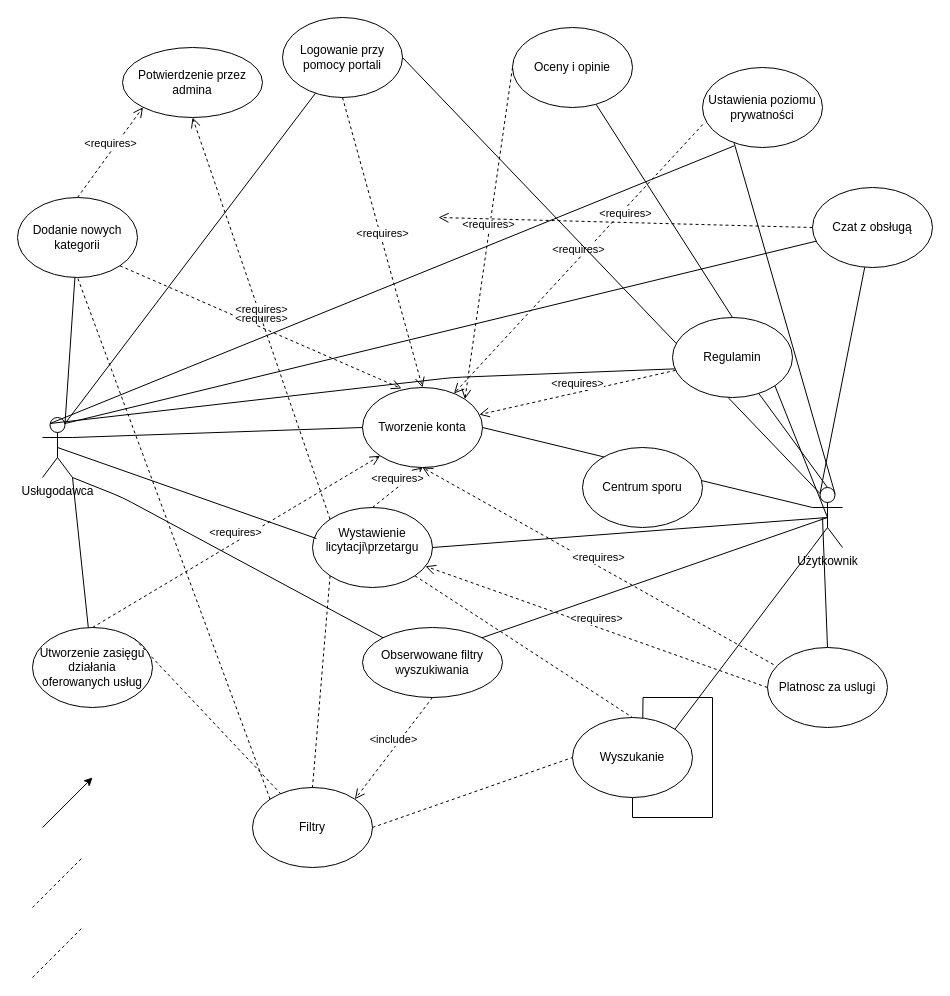
The draw.io diagram Untitled Diagram.drawio in kamildziedzic/Remontowo.pl, before the edit. Source tidied: cells renumbered, new cells numbered last; positions are measured from the earlier drawing's top-left corner, leaving out a move shared by most shapes. Both pictures are drawn from the tidied source at 100%, with x=0, y=0 at pixel (17, 17).
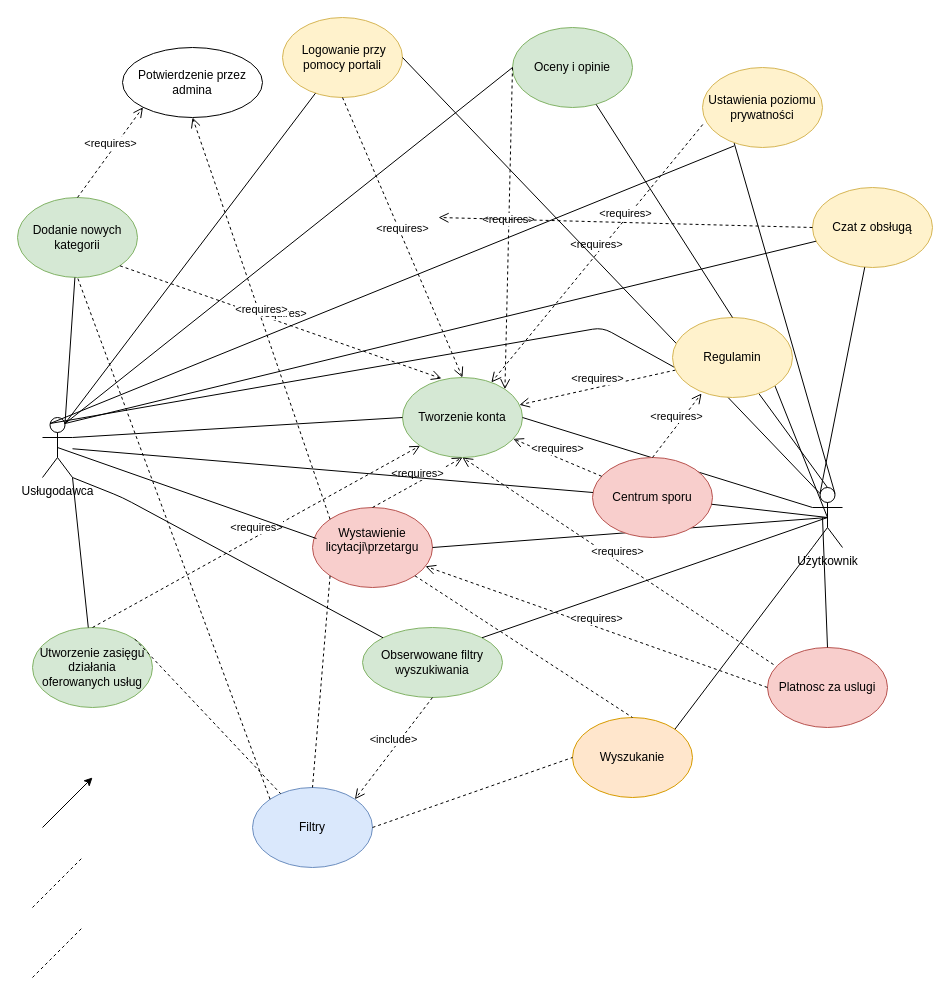
Above is the later version.

The change refers to these unchanged cells:
```xml
<mxCell id="2" value="Usługodawca" style="shape=umlActor;verticalLabelPosition=bottom;labelBackgroundColor=#ffffff;verticalAlign=top;html=1;outlineConnect=0;" parent="1" vertex="1">
  <mxGeometry x="25" y="400" width="30" height="60" as="geometry" />
</mxCell>
<mxCell id="6" value="Użytkownik" style="shape=umlActor;verticalLabelPosition=bottom;labelBackgroundColor=#ffffff;verticalAlign=top;html=1;outlineConnect=0;" parent="1" vertex="1">
  <mxGeometry x="795" y="470" width="30" height="60" as="geometry" />
</mxCell>
```

What changed in the source:
```diff
@@
-    <mxCell id="3" value="Tworzenie konta" style="ellipse;whiteSpace=wrap;html=1;" parent="1" vertex="1">
-      <mxGeometry x="345" y="370" width="120" height="80" as="geometry" />
+    <mxCell id="3" value="Tworzenie konta" style="ellipse;whiteSpace=wrap;html=1;fillColor=#d5e8d4;strokeColor=#82b366;" parent="1" vertex="1">
+      <mxGeometry x="385" y="360" width="120" height="80" as="geometry" />
     </mxCell>
-    <mxCell id="4" value="Dodanie nowych kategorii" style="ellipse;whiteSpace=wrap;html=1;" parent="1" vertex="1">
+    <mxCell id="4" value="Dodanie nowych kategorii" style="ellipse;whiteSpace=wrap;html=1;fillColor=#d5e8d4;strokeColor=#82b366;" parent="1" vertex="1">
       <mxGeometry y="180" width="120" height="80" as="geometry" />
     </mxCell>
-    <mxCell id="5" value="Utworzenie zasięgu działania oferowanych usług" style="ellipse;whiteSpace=wrap;html=1;" parent="1" vertex="1">
+    <mxCell id="5" value="Utworzenie zasięgu działania oferowanych usług" style="ellipse;whiteSpace=wrap;html=1;fillColor=#d5e8d4;strokeColor=#82b366;" parent="1" vertex="1">
       <mxGeometry x="15" y="610" width="120" height="80" as="geometry" />
     </mxCell>
@@
-    <mxCell id="7" value="Oceny i opinie" style="ellipse;whiteSpace=wrap;html=1;" parent="1" vertex="1">
+    <mxCell id="7" value="Oceny i opinie" style="ellipse;whiteSpace=wrap;html=1;fillColor=#d5e8d4;strokeColor=#82b366;" parent="1" vertex="1">
       <mxGeometry x="495" y="10" width="120" height="80" as="geometry" />
     </mxCell>
-    <mxCell id="8" style="edgeStyle=orthogonalEdgeStyle;rounded=0;jettySize=auto;html=1;exitX=0.5;exitY=1;exitDx=0;exitDy=0;" parent="1" edge="1" source="9">
-      <mxGeometry relative="1" as="geometry">
-        <mxPoint x="625" y="730" as="targetPoint" />
-      </mxGeometry>
-    </mxCell>
-    <mxCell id="9" value="Wyszukanie" style="ellipse;whiteSpace=wrap;html=1;" parent="1" vertex="1">
+    <mxCell id="9" value="Wyszukanie" style="ellipse;whiteSpace=wrap;html=1;fillColor=#ffe6cc;strokeColor=#d79b00;" parent="1" vertex="1">
       <mxGeometry x="555" y="700" width="120" height="80" as="geometry" />
     </mxCell>
@@
-    <mxCell id="17" value="&lt;div&gt;Wystawienie &lt;br&gt;&lt;/div&gt;&lt;div&gt;licytacji\przetargu&lt;/div&gt;&lt;div&gt;&lt;br&gt;&lt;/div&gt;" style="ellipse;whiteSpace=wrap;html=1;" parent="1" vertex="1">
+    <mxCell id="17" value="&lt;div&gt;Wystawienie &lt;br&gt;&lt;/div&gt;&lt;div&gt;licytacji\przetargu&lt;/div&gt;&lt;div&gt;&lt;br&gt;&lt;/div&gt;" style="ellipse;whiteSpace=wrap;html=1;fillColor=#f8cecc;strokeColor=#b85450;" parent="1" vertex="1">
       <mxGeometry x="295" y="490" width="120" height="80" as="geometry" />
     </mxCell>
@@
-    <mxCell id="22" value="Filtry" style="ellipse;whiteSpace=wrap;html=1;" parent="1" vertex="1">
+    <mxCell id="22" value="Filtry" style="ellipse;whiteSpace=wrap;html=1;fillColor=#dae8fc;strokeColor=#6c8ebf;" parent="1" vertex="1">
       <mxGeometry x="235" y="770" width="120" height="80" as="geometry" />
     </mxCell>
@@
-    <mxCell id="32" value="Obserwowane filtry wyszukiwania" style="ellipse;whiteSpace=wrap;html=1;" parent="1" vertex="1">
+    <mxCell id="32" value="Obserwowane filtry wyszukiwania" style="ellipse;whiteSpace=wrap;html=1;fillColor=#d5e8d4;strokeColor=#82b366;" parent="1" vertex="1">
       <mxGeometry x="345" y="610" width="140" height="70" as="geometry" />
     </mxCell>
@@
-    <mxCell id="40" value="Ustawienia poziomu prywatności" style="ellipse;whiteSpace=wrap;html=1;" parent="1" vertex="1">
+    <mxCell id="40" value="Ustawienia poziomu prywatności" style="ellipse;whiteSpace=wrap;html=1;fillColor=#fff2cc;strokeColor=#d6b656;" parent="1" vertex="1">
       <mxGeometry x="685" y="50" width="120" height="80" as="geometry" />
     </mxCell>
@@
-    <mxCell id="42" value="Czat z obsługą" style="ellipse;whiteSpace=wrap;html=1;" parent="1" vertex="1">
+    <mxCell id="42" value="Czat z obsługą" style="ellipse;whiteSpace=wrap;html=1;fillColor=#fff2cc;strokeColor=#d6b656;" parent="1" vertex="1">
       <mxGeometry x="795" y="170" width="120" height="80" as="geometry" />
     </mxCell>
@@
-    <mxCell id="44" value="Logowanie przy pomocy portali" style="ellipse;whiteSpace=wrap;html=1;" parent="1" vertex="1">
+    <mxCell id="44" value="&amp;nbsp;Logowanie przy pomocy portali" style="ellipse;whiteSpace=wrap;html=1;fillColor=#fff2cc;strokeColor=#d6b656;" parent="1" vertex="1">
       <mxGeometry x="265" width="120" height="80" as="geometry" />
     </mxCell>
@@
     <mxCell id="51" style="endArrow=none;html=1;entryX=0.038;entryY=0.641;entryDx=0;entryDy=0;entryPerimeter=0;exitX=0.25;exitY=0.1;exitDx=0;exitDy=0;exitPerimeter=0;" parent="1" edge="1" source="2" target="56">
       <mxGeometry relative="1" as="geometry">
         <Array as="points">
-          <mxPoint x="435" y="360" />
+          <mxPoint x="585" y="310" />
         </Array>
       </mxGeometry>
     </mxCell>
@@
-    <mxCell id="54" value="Platnosc za uslugi" style="ellipse;whiteSpace=wrap;html=1;" parent="1" vertex="1">
+    <mxCell id="54" value="Platnosc za uslugi" style="ellipse;whiteSpace=wrap;html=1;fillColor=#f8cecc;strokeColor=#b85450;" parent="1" vertex="1">
       <mxGeometry x="750" y="630" width="120" height="80" as="geometry" />
     </mxCell>
@@
-    <mxCell id="56" value="Regulamin" style="ellipse;whiteSpace=wrap;html=1;" parent="1" vertex="1">
+    <mxCell id="56" value="Regulamin" style="ellipse;whiteSpace=wrap;html=1;fillColor=#fff2cc;strokeColor=#d6b656;" parent="1" vertex="1">
       <mxGeometry x="655" y="300" width="120" height="80" as="geometry" />
     </mxCell>
@@
-    <mxCell id="60" value="Centrum sporu" style="ellipse;whiteSpace=wrap;html=1;" parent="1" vertex="1">
-      <mxGeometry x="565" y="430" width="120" height="80" as="geometry" />
+    <mxCell id="60" value="Centrum sporu" style="ellipse;whiteSpace=wrap;html=1;fillColor=#f8cecc;strokeColor=#b85450;" parent="1" vertex="1">
+      <mxGeometry x="575" y="440" width="120" height="80" as="geometry" />
     </mxCell>
+    <mxCell id="61" style="endArrow=none;html=1;entryX=0.75;entryY=0.1;entryDx=0;entryDy=0;entryPerimeter=0;exitX=0;exitY=0.5;exitDx=0;exitDy=0;" parent="1" edge="1" source="7" target="2">
+      <mxGeometry relative="1" as="geometry" />
+    </mxCell>
+    <mxCell id="62" value="&amp;lt;requires&amp;gt;" style="html=1;verticalAlign=bottom;endArrow=open;dashed=1;endSize=8;" parent="1" edge="1" source="60" target="3">
+      <mxGeometry relative="1" as="geometry" />
+    </mxCell>
+    <mxCell id="63" value="&amp;lt;requires&amp;gt;" style="html=1;verticalAlign=bottom;endArrow=open;dashed=1;endSize=8;exitX=0.5;exitY=0;exitDx=0;exitDy=0;entryX=0.242;entryY=0.95;entryDx=0;entryDy=0;entryPerimeter=0;" parent="1" edge="1" source="60" target="56">
+      <mxGeometry relative="1" as="geometry" />
+    </mxCell>
+    <mxCell id="64" style="endArrow=none;html=1;entryX=0.5;entryY=0.5;entryDx=0;entryDy=0;entryPerimeter=0;" parent="1" edge="1" source="60" target="6">
+      <mxGeometry relative="1" as="geometry" />
+    </mxCell>
+    <mxCell id="65" style="endArrow=none;html=1;" parent="1" edge="1" source="2" target="60">
+      <mxGeometry relative="1" as="geometry" />
+    </mxCell>
```
